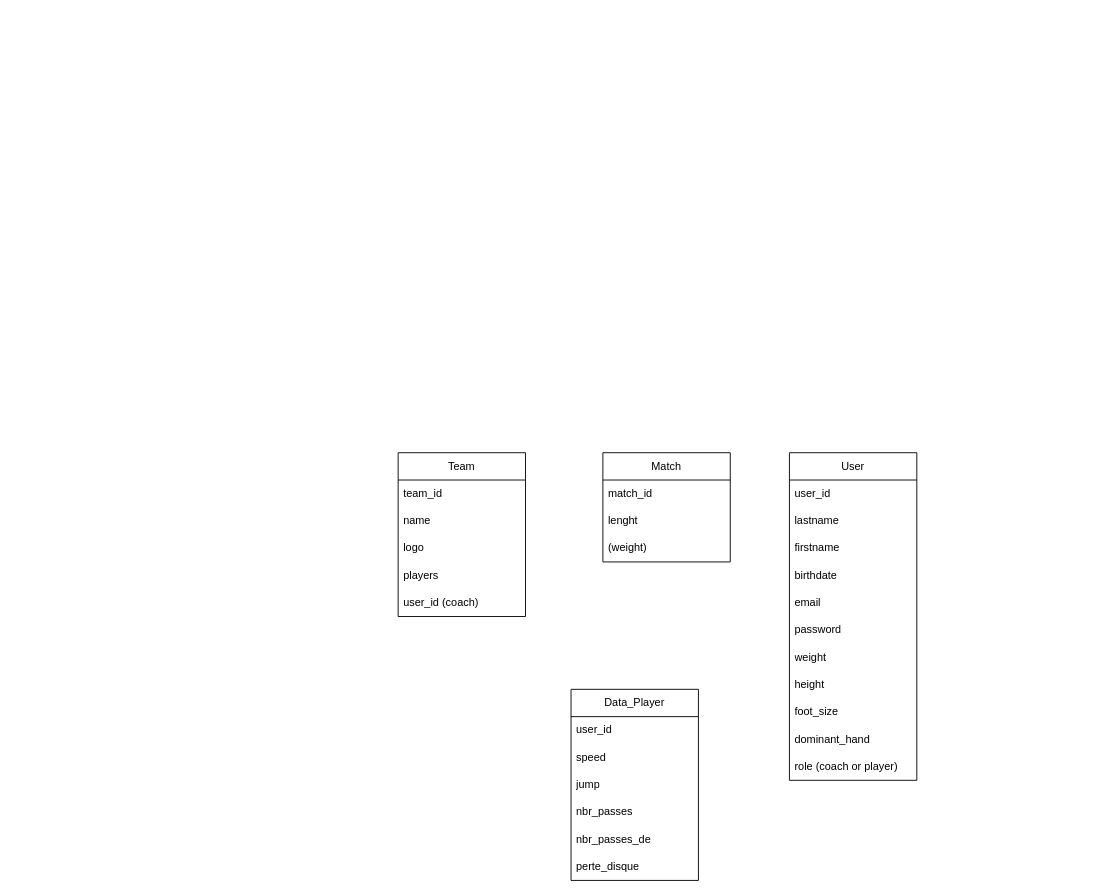
This is DB.dio from Saint-Patic/Projet-d-integration-2025-2026, a draw.io file, before an edit. Source tidied: cells renumbered, new cells numbered last; positions are measured from the earlier drawing's top-left corner, leaving out a move shared by most shapes. Both pictures are drawn from the tidied source at 91%, with x=0, y=0 at pixel (398, 452).
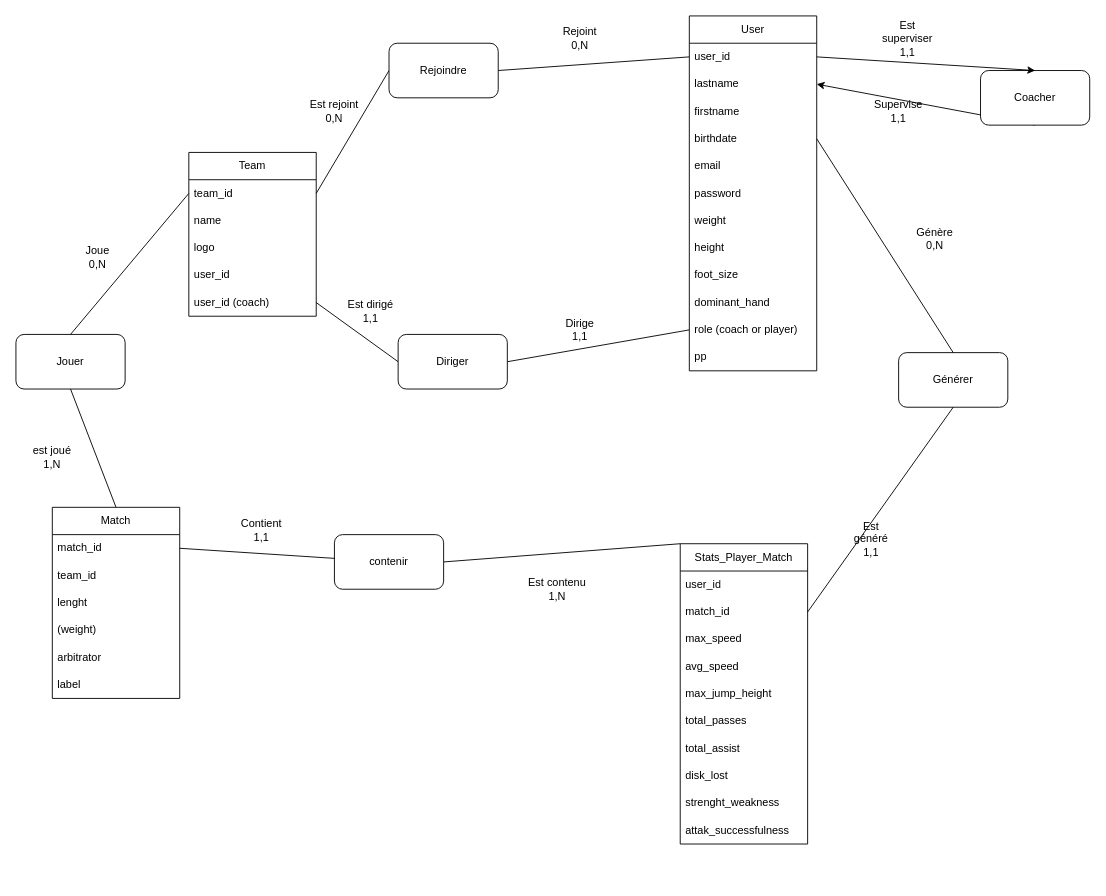
Above is the later version.

The change refers to these unchanged cells:
```xml
<mxCell id="10" value="user_id" style="text;strokeColor=none;fillColor=none;align=left;verticalAlign=middle;spacingLeft=4;spacingRight=4;overflow=hidden;points=[[0,0.5],[1,0.5]];portConstraint=eastwest;whiteSpace=wrap;html=1;" parent="9" vertex="1">
  <mxGeometry y="30" width="140" height="30" as="geometry" />
</mxCell>
<mxCell id="11" value="lastname" style="text;strokeColor=none;fillColor=none;align=left;verticalAlign=middle;spacingLeft=4;spacingRight=4;overflow=hidden;points=[[0,0.5],[1,0.5]];portConstraint=eastwest;whiteSpace=wrap;html=1;" parent="9" vertex="1">
  <mxGeometry y="60" width="140" height="30" as="geometry" />
</mxCell>
<mxCell id="13" value="birthdate" style="text;strokeColor=none;fillColor=none;align=left;verticalAlign=middle;spacingLeft=4;spacingRight=4;overflow=hidden;points=[[0,0.5],[1,0.5]];portConstraint=eastwest;whiteSpace=wrap;html=1;" parent="9" vertex="1">
  <mxGeometry y="120" width="140" height="30" as="geometry" />
</mxCell>
<mxCell id="20" value="role (coach or player)" style="text;strokeColor=none;fillColor=none;align=left;verticalAlign=middle;spacingLeft=4;spacingRight=4;overflow=hidden;points=[[0,0.5],[1,0.5]];portConstraint=eastwest;whiteSpace=wrap;html=1;" parent="9" vertex="1">
  <mxGeometry y="330" width="140" height="30" as="geometry" />
</mxCell>
<mxCell id="22" value="match_id" style="text;strokeColor=none;fillColor=none;align=left;verticalAlign=middle;spacingLeft=4;spacingRight=4;overflow=hidden;points=[[0,0.5],[1,0.5]];portConstraint=eastwest;whiteSpace=wrap;html=1;" parent="21" vertex="1">
  <mxGeometry y="30" width="140" height="30" as="geometry" />
</mxCell>
<mxCell id="26" value="team_id" style="text;strokeColor=none;fillColor=none;align=left;verticalAlign=middle;spacingLeft=4;spacingRight=4;overflow=hidden;points=[[0,0.5],[1,0.5]];portConstraint=eastwest;whiteSpace=wrap;html=1;" parent="25" vertex="1">
  <mxGeometry y="30" width="140" height="30" as="geometry" />
</mxCell>
<mxCell id="30" value="user_id (coach)" style="text;strokeColor=none;fillColor=none;align=left;verticalAlign=middle;spacingLeft=4;spacingRight=4;overflow=hidden;points=[[0,0.5],[1,0.5]];portConstraint=eastwest;whiteSpace=wrap;html=1;" parent="25" vertex="1">
  <mxGeometry y="150" width="140" height="30" as="geometry" />
</mxCell>
```

What changed in the source:
```diff
@@
-    <mxCell id="2" value="Data_Player" style="swimlane;fontStyle=0;horizontal=1;startSize=30;whiteSpace=wrap;html=1;" parent="1" vertex="1">
-      <mxGeometry x="190" y="260" width="140" height="210" as="geometry" />
+    <mxCell id="2" value="Stats_Player_Match" style="swimlane;fontStyle=0;horizontal=1;startSize=30;whiteSpace=wrap;html=1;" parent="1" vertex="1">
+      <mxGeometry x="310" y="100" width="140" height="330" as="geometry" />
     </mxCell>
@@
+    <mxCell id="31" value="match_id" style="text;strokeColor=none;fillColor=none;align=left;verticalAlign=middle;spacingLeft=4;spacingRight=4;overflow=hidden;points=[[0,0.5],[1,0.5]];portConstraint=eastwest;whiteSpace=wrap;html=1;" parent="2" vertex="1">
+      <mxGeometry y="60" width="140" height="30" as="geometry" />
+    </mxCell>
-    <mxCell id="4" value="speed" style="text;strokeColor=none;fillColor=none;align=left;verticalAlign=middle;spacingLeft=4;spacingRight=4;overflow=hidden;whiteSpace=wrap;html=1;" parent="2" vertex="1">
-      <mxGeometry y="60" width="140" height="30" as="geometry" />
+    <mxCell id="4" value="max_speed" style="text;strokeColor=none;fillColor=none;align=left;verticalAlign=middle;spacingLeft=4;spacingRight=4;overflow=hidden;whiteSpace=wrap;html=1;" parent="2" vertex="1">
+      <mxGeometry y="90" width="140" height="30" as="geometry" />
     </mxCell>
+    <mxCell id="32" value="avg_speed" style="text;strokeColor=none;fillColor=none;align=left;verticalAlign=middle;spacingLeft=4;spacingRight=4;overflow=hidden;whiteSpace=wrap;html=1;" parent="2" vertex="1">
+      <mxGeometry y="120" width="140" height="30" as="geometry" />
+    </mxCell>
-    <mxCell id="5" value="jump" style="text;strokeColor=none;fillColor=none;align=left;verticalAlign=middle;spacingLeft=4;spacingRight=4;overflow=hidden;whiteSpace=wrap;html=1;" parent="2" vertex="1">
-      <mxGeometry y="90" width="140" height="30" as="geometry" />
+    <mxCell id="5" value="max_jump_height" style="text;strokeColor=none;fillColor=none;align=left;verticalAlign=middle;spacingLeft=4;spacingRight=4;overflow=hidden;whiteSpace=wrap;html=1;" parent="2" vertex="1">
+      <mxGeometry y="150" width="140" height="30" as="geometry" />
     </mxCell>
-    <mxCell id="6" value="nbr_passes" style="text;strokeColor=none;fillColor=none;align=left;verticalAlign=middle;spacingLeft=4;spacingRight=4;overflow=hidden;whiteSpace=wrap;html=1;" parent="2" vertex="1">
-      <mxGeometry y="120" width="140" height="30" as="geometry" />
+    <mxCell id="6" value="total_passes" style="text;strokeColor=none;fillColor=none;align=left;verticalAlign=middle;spacingLeft=4;spacingRight=4;overflow=hidden;whiteSpace=wrap;html=1;" parent="2" vertex="1">
+      <mxGeometry y="180" width="140" height="30" as="geometry" />
     </mxCell>
-    <mxCell id="7" value="nbr_passes_de" style="text;strokeColor=none;fillColor=none;align=left;verticalAlign=middle;spacingLeft=4;spacingRight=4;overflow=hidden;whiteSpace=wrap;html=1;" parent="2" vertex="1">
-      <mxGeometry y="150" width="140" height="30" as="geometry" />
+    <mxCell id="7" value="total_assist" style="text;strokeColor=none;fillColor=none;align=left;verticalAlign=middle;spacingLeft=4;spacingRight=4;overflow=hidden;whiteSpace=wrap;html=1;" parent="2" vertex="1">
+      <mxGeometry y="210" width="140" height="30" as="geometry" />
     </mxCell>
-    <mxCell id="8" value="perte_disque" style="text;strokeColor=none;fillColor=none;align=left;verticalAlign=middle;spacingLeft=4;spacingRight=4;overflow=hidden;whiteSpace=wrap;html=1;" parent="2" vertex="1">
-      <mxGeometry y="180" width="140" height="30" as="geometry" />
+    <mxCell id="8" value="disk_lost" style="text;strokeColor=none;fillColor=none;align=left;verticalAlign=middle;spacingLeft=4;spacingRight=4;overflow=hidden;whiteSpace=wrap;html=1;" parent="2" vertex="1">
+      <mxGeometry y="240" width="140" height="30" as="geometry" />
     </mxCell>
+    <mxCell id="33" value="strenght_weakness" style="text;strokeColor=none;fillColor=none;align=left;verticalAlign=middle;spacingLeft=4;spacingRight=4;overflow=hidden;whiteSpace=wrap;html=1;" parent="2" vertex="1">
+      <mxGeometry y="270" width="140" height="30" as="geometry" />
+    </mxCell>
+    <mxCell id="34" value="attak_successfulness" style="text;strokeColor=none;fillColor=none;align=left;verticalAlign=middle;spacingLeft=4;spacingRight=4;overflow=hidden;whiteSpace=wrap;html=1;" parent="2" vertex="1">
+      <mxGeometry y="300" width="140" height="30" as="geometry" />
+    </mxCell>
     <mxCell id="9" value="User" style="swimlane;fontStyle=0;horizontal=1;startSize=30;whiteSpace=wrap;html=1;" parent="1" vertex="1">
-      <mxGeometry x="430" width="140" height="360" as="geometry" />
+      <mxGeometry x="320" y="-480" width="140" height="390" as="geometry" />
     </mxCell>
@@
+    <mxCell id="35" value="pp" style="text;strokeColor=none;fillColor=none;align=left;verticalAlign=middle;spacingLeft=4;spacingRight=4;overflow=hidden;whiteSpace=wrap;html=1;" parent="9" vertex="1">
+      <mxGeometry y="360" width="140" height="30" as="geometry" />
+    </mxCell>
     <mxCell id="21" value="Match" style="swimlane;fontStyle=0;horizontal=1;startSize=30;whiteSpace=wrap;html=1;" parent="1" vertex="1">
-      <mxGeometry x="225" width="140" height="120" as="geometry" />
+      <mxGeometry x="-380" y="60" width="140" height="210" as="geometry" />
     </mxCell>
@@
+    <mxCell id="36" value="team_id" style="text;strokeColor=none;fillColor=none;align=left;verticalAlign=middle;spacingLeft=4;spacingRight=4;overflow=hidden;whiteSpace=wrap;html=1;" parent="21" vertex="1">
+      <mxGeometry y="60" width="140" height="30" as="geometry" />
+    </mxCell>
     <mxCell id="23" value="lenght" style="text;strokeColor=none;fillColor=none;align=left;verticalAlign=middle;spacingLeft=4;spacingRight=4;overflow=hidden;whiteSpace=wrap;html=1;" parent="21" vertex="1">
-      <mxGeometry y="60" width="140" height="30" as="geometry" />
+      <mxGeometry y="90" width="140" height="30" as="geometry" />
     </mxCell>
     <mxCell id="24" value="(weight)" style="text;strokeColor=none;fillColor=none;align=left;verticalAlign=middle;spacingLeft=4;spacingRight=4;overflow=hidden;whiteSpace=wrap;html=1;" parent="21" vertex="1">
-      <mxGeometry y="90" width="140" height="30" as="geometry" />
+      <mxGeometry y="120" width="140" height="30" as="geometry" />
     </mxCell>
+    <mxCell id="37" value="arbitrator" style="text;strokeColor=none;fillColor=none;align=left;verticalAlign=middle;spacingLeft=4;spacingRight=4;overflow=hidden;whiteSpace=wrap;html=1;" parent="21" vertex="1">
+      <mxGeometry y="150" width="140" height="30" as="geometry" />
+    </mxCell>
+    <mxCell id="38" value="label" style="text;strokeColor=none;fillColor=none;align=left;verticalAlign=middle;spacingLeft=4;spacingRight=4;overflow=hidden;whiteSpace=wrap;html=1;" parent="21" vertex="1">
+      <mxGeometry y="180" width="140" height="30" as="geometry" />
+    </mxCell>
     <mxCell id="25" value="Team" style="swimlane;fontStyle=0;horizontal=1;startSize=30;whiteSpace=wrap;html=1;" parent="1" vertex="1">
-      <mxGeometry width="140" height="180" as="geometry" />
+      <mxGeometry x="-230" y="-330" width="140" height="180" as="geometry" />
     </mxCell>
@@
-    <mxCell id="29" value="players" style="text;strokeColor=none;fillColor=none;align=left;verticalAlign=middle;spacingLeft=4;spacingRight=4;overflow=hidden;whiteSpace=wrap;html=1;" parent="25" vertex="1">
+    <mxCell id="29" value="user_id" style="text;strokeColor=none;fillColor=none;align=left;verticalAlign=middle;spacingLeft=4;spacingRight=4;overflow=hidden;whiteSpace=wrap;html=1;" parent="25" vertex="1">
       <mxGeometry y="120" width="140" height="30" as="geometry" />
     </mxCell>
@@
+    <mxCell id="39" style="edgeStyle=none;html=1;exitX=0.5;exitY=1;exitDx=0;exitDy=0;entryX=1;entryY=0.5;entryDx=0;entryDy=0;" parent="1" edge="1" source="40" target="11">
+      <mxGeometry relative="1" as="geometry" />
+    </mxCell>
+    <mxCell id="40" value="Coacher" style="rounded=1;whiteSpace=wrap;html=1;" parent="1" vertex="1">
+      <mxGeometry x="640" y="-420" width="120" height="60" as="geometry" />
+    </mxCell>
+    <mxCell id="41" style="edgeStyle=none;html=1;exitX=1;exitY=0.5;exitDx=0;exitDy=0;entryX=0.5;entryY=0;entryDx=0;entryDy=0;" parent="1" edge="1" source="10" target="40">
+      <mxGeometry relative="1" as="geometry" />
+    </mxCell>
+    <mxCell id="42" value="Est superviser&lt;div&gt;1,1&lt;/div&gt;" style="text;html=1;align=center;verticalAlign=middle;whiteSpace=wrap;rounded=0;" parent="1" vertex="1">
+      <mxGeometry x="530" y="-470" width="60" height="30" as="geometry" />
+    </mxCell>
+    <mxCell id="43" value="Supervise&lt;div&gt;1,1&lt;/div&gt;" style="text;html=1;align=center;verticalAlign=middle;whiteSpace=wrap;rounded=0;" parent="1" vertex="1">
+      <mxGeometry x="520" y="-390" width="60" height="30" as="geometry" />
+    </mxCell>
+    <mxCell id="44" style="edgeStyle=none;html=1;exitX=1;exitY=0.5;exitDx=0;exitDy=0;entryX=0;entryY=0.5;entryDx=0;entryDy=0;endArrow=none;endFill=0;" parent="1" edge="1" source="46" target="10">
+      <mxGeometry relative="1" as="geometry" />
+    </mxCell>
+    <mxCell id="45" style="edgeStyle=none;html=1;exitX=0;exitY=0.5;exitDx=0;exitDy=0;entryX=1;entryY=0.5;entryDx=0;entryDy=0;endArrow=none;endFill=0;" parent="1" edge="1" source="46" target="26">
+      <mxGeometry relative="1" as="geometry" />
+    </mxCell>
+    <mxCell id="46" value="Rejoindre" style="rounded=1;whiteSpace=wrap;html=1;" parent="1" vertex="1">
+      <mxGeometry x="-10" y="-450" width="120" height="60" as="geometry" />
+    </mxCell>
+    <mxCell id="47" style="edgeStyle=none;html=1;exitX=0;exitY=0.5;exitDx=0;exitDy=0;entryX=1;entryY=0.5;entryDx=0;entryDy=0;endArrow=none;endFill=0;" parent="1" edge="1" source="49" target="30">
+      <mxGeometry relative="1" as="geometry" />
+    </mxCell>
+    <mxCell id="48" style="edgeStyle=none;html=1;exitX=1;exitY=0.5;exitDx=0;exitDy=0;entryX=0;entryY=0.5;entryDx=0;entryDy=0;endArrow=none;endFill=0;" parent="1" edge="1" source="49" target="20">
+      <mxGeometry relative="1" as="geometry" />
+    </mxCell>
+    <mxCell id="49" value="Diriger" style="rounded=1;whiteSpace=wrap;html=1;" parent="1" vertex="1">
+      <mxGeometry y="-130" width="120" height="60" as="geometry" />
+    </mxCell>
+    <mxCell id="50" value="&lt;div&gt;Rejoint&lt;/div&gt;0,N" style="text;html=1;align=center;verticalAlign=middle;whiteSpace=wrap;rounded=0;" parent="1" vertex="1">
+      <mxGeometry x="170" y="-470" width="60" height="30" as="geometry" />
+    </mxCell>
+    <mxCell id="51" value="&lt;div&gt;Est rejoint&lt;/div&gt;0,N" style="text;html=1;align=center;verticalAlign=middle;whiteSpace=wrap;rounded=0;" parent="1" vertex="1">
+      <mxGeometry x="-100" y="-390" width="60" height="30" as="geometry" />
+    </mxCell>
+    <mxCell id="52" value="&lt;div&gt;Dirige&lt;/div&gt;1,1" style="text;html=1;align=center;verticalAlign=middle;whiteSpace=wrap;rounded=0;" parent="1" vertex="1">
+      <mxGeometry x="170" y="-150" width="60" height="30" as="geometry" />
+    </mxCell>
+    <mxCell id="53" value="&lt;div&gt;Est dirigé&lt;/div&gt;1,1" style="text;html=1;align=center;verticalAlign=middle;whiteSpace=wrap;rounded=0;" parent="1" vertex="1">
+      <mxGeometry x="-60" y="-170" width="60" height="30" as="geometry" />
+    </mxCell>
+    <mxCell id="54" style="edgeStyle=none;html=1;exitX=0.5;exitY=1;exitDx=0;exitDy=0;entryX=0.5;entryY=0;entryDx=0;entryDy=0;endArrow=none;endFill=0;" parent="1" edge="1" source="55" target="21">
+      <mxGeometry relative="1" as="geometry" />
+    </mxCell>
+    <mxCell id="55" value="Jouer" style="rounded=1;whiteSpace=wrap;html=1;" parent="1" vertex="1">
+      <mxGeometry x="-420" y="-130" width="120" height="60" as="geometry" />
+    </mxCell>
+    <mxCell id="56" style="edgeStyle=none;html=1;exitX=0;exitY=0.5;exitDx=0;exitDy=0;entryX=0.5;entryY=0;entryDx=0;entryDy=0;endArrow=none;endFill=0;" parent="1" edge="1" source="26" target="55">
+      <mxGeometry relative="1" as="geometry" />
+    </mxCell>
+    <mxCell id="57" value="&lt;div&gt;Joue&lt;/div&gt;0,N" style="text;html=1;align=center;verticalAlign=middle;whiteSpace=wrap;rounded=0;" parent="1" vertex="1">
+      <mxGeometry x="-360" y="-230" width="60" height="30" as="geometry" />
+    </mxCell>
+    <mxCell id="58" value="&lt;div&gt;est joué&lt;/div&gt;1,N" style="text;html=1;align=center;verticalAlign=middle;whiteSpace=wrap;rounded=0;" parent="1" vertex="1">
+      <mxGeometry x="-410" y="-10" width="60" height="30" as="geometry" />
+    </mxCell>
+    <mxCell id="59" style="edgeStyle=none;html=1;exitX=1;exitY=0.5;exitDx=0;exitDy=0;entryX=0;entryY=0;entryDx=0;entryDy=0;endArrow=none;endFill=0;" parent="1" edge="1" source="60" target="2">
+      <mxGeometry relative="1" as="geometry" />
+    </mxCell>
+    <mxCell id="60" value="contenir" style="rounded=1;whiteSpace=wrap;html=1;" parent="1" vertex="1">
+      <mxGeometry x="-70" y="90" width="120" height="60" as="geometry" />
+    </mxCell>
+    <mxCell id="61" style="edgeStyle=none;html=1;exitX=1;exitY=0.5;exitDx=0;exitDy=0;endArrow=none;endFill=0;" parent="1" edge="1" source="22" target="60">
+      <mxGeometry relative="1" as="geometry" />
+    </mxCell>
+    <mxCell id="62" value="&lt;div&gt;Contient&lt;/div&gt;1,1" style="text;html=1;align=center;verticalAlign=middle;whiteSpace=wrap;rounded=0;" parent="1" vertex="1">
+      <mxGeometry x="-180" y="70" width="60" height="30" as="geometry" />
+    </mxCell>
+    <mxCell id="63" value="Est contenu&lt;div&gt;1,N&lt;/div&gt;" style="text;html=1;align=center;verticalAlign=middle;whiteSpace=wrap;rounded=0;" parent="1" vertex="1">
+      <mxGeometry x="130" y="130" width="90" height="40" as="geometry" />
+    </mxCell>
+    <mxCell id="64" value="Générer" style="rounded=1;whiteSpace=wrap;html=1;" parent="1" vertex="1">
+      <mxGeometry x="550" y="-110" width="120" height="60" as="geometry" />
+    </mxCell>
+    <mxCell id="65" style="edgeStyle=none;html=1;exitX=1;exitY=0.5;exitDx=0;exitDy=0;entryX=0.5;entryY=0;entryDx=0;entryDy=0;endArrow=none;endFill=0;" parent="1" edge="1" source="13" target="64">
+      <mxGeometry relative="1" as="geometry" />
+    </mxCell>
+    <mxCell id="66" style="edgeStyle=none;html=1;exitX=1;exitY=0.5;exitDx=0;exitDy=0;entryX=0.5;entryY=1;entryDx=0;entryDy=0;endArrow=none;endFill=0;" parent="1" edge="1" source="31" target="64">
+      <mxGeometry relative="1" as="geometry" />
+    </mxCell>
+    <mxCell id="67" value="Génère&lt;div&gt;0,N&lt;/div&gt;" style="text;html=1;align=center;verticalAlign=middle;whiteSpace=wrap;rounded=0;" parent="1" vertex="1">
+      <mxGeometry x="560" y="-250" width="60" height="30" as="geometry" />
+    </mxCell>
+    <mxCell id="68" value="Est généré&lt;div&gt;1,1&lt;/div&gt;" style="text;html=1;align=center;verticalAlign=middle;whiteSpace=wrap;rounded=0;" parent="1" vertex="1">
+      <mxGeometry x="490" y="80" width="60" height="30" as="geometry" />
+    </mxCell>
```
